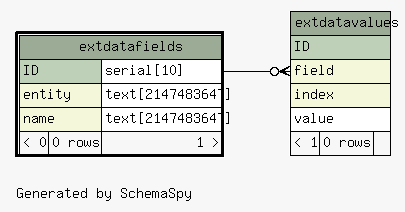
Above: diagrams/extdatafields.1degree.png in zeyosinc/zeyos-schema (Graphviz), before the change. Its source is kept beside it as diagrams/extdatafields.1degree.dot.
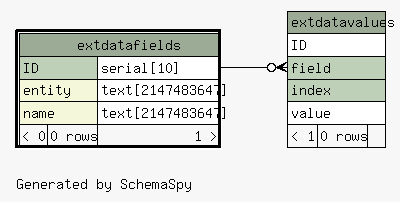
The same file after the commit.

What changed in the source:
```diff
@@ -34,9 +34,9 @@
     label=<
     <TABLE BORDER="0" CELLBORDER="1" CELLSPACING="0" BGCOLOR="#ffffff">
       <TR><TD COLSPAN="3" BGCOLOR="#9bab96" ALIGN="CENTER">extdatavalues</TD></TR>
-      <TR><TD PORT="ID" COLSPAN="3" BGCOLOR="#bed1b8" ALIGN="LEFT">ID</TD></TR>
-      <TR><TD PORT="field" COLSPAN="3" BGCOLOR="#f4f7da" ALIGN="LEFT">field</TD></TR>
-      <TR><TD PORT="index" COLSPAN="3" BGCOLOR="#f4f7da" ALIGN="LEFT">index</TD></TR>
+      <TR><TD PORT="ID" COLSPAN="3" ALIGN="LEFT">ID</TD></TR>
+      <TR><TD PORT="field" COLSPAN="3" BGCOLOR="#bed1b8" ALIGN="LEFT">field</TD></TR>
+      <TR><TD PORT="index" COLSPAN="3" BGCOLOR="#bed1b8" ALIGN="LEFT">index</TD></TR>
       <TR><TD PORT="value" COLSPAN="3" ALIGN="LEFT">value</TD></TR>
       <TR><TD ALIGN="LEFT" BGCOLOR="#f7f7f7">&lt; 1</TD><TD ALIGN="RIGHT" BGCOLOR="#f7f7f7">0 rows</TD><TD ALIGN="RIGHT" BGCOLOR="#f7f7f7">  </TD></TR>
     </TABLE>>
```
